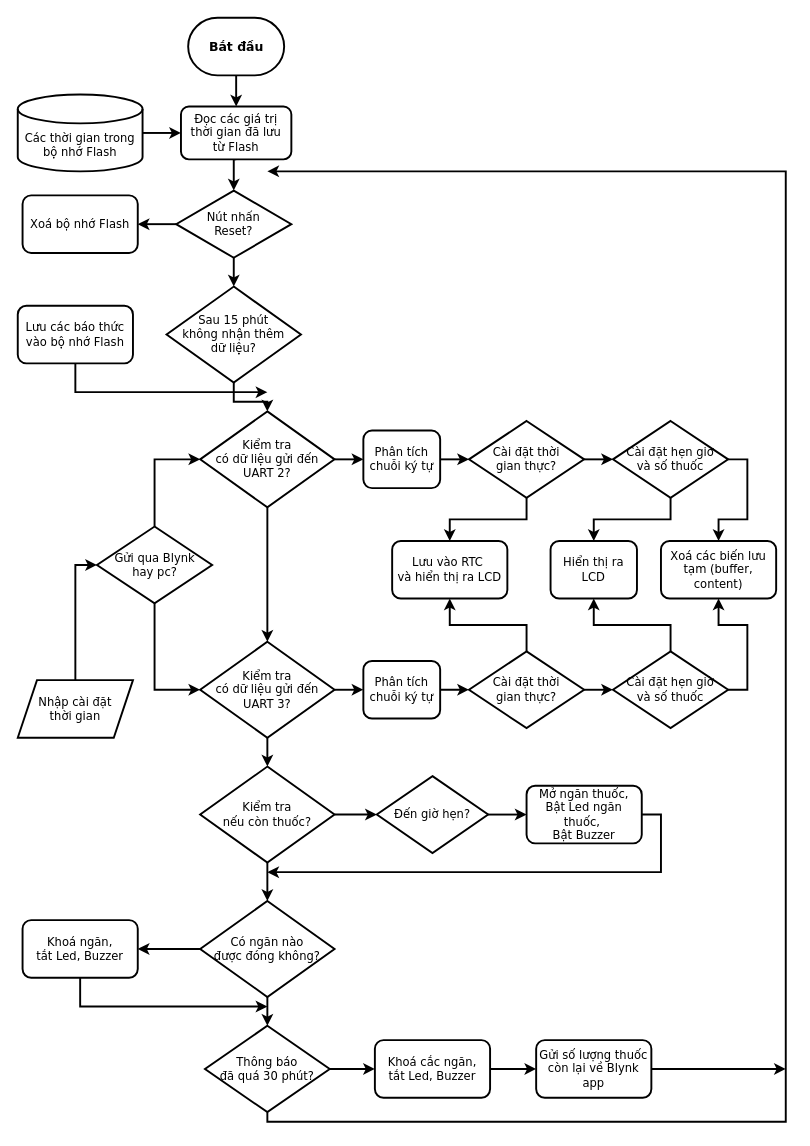
The draw.io diagram SoftWare_Diagram.drawio in ducphan2003/demo, before the edit. Source tidied: cells renumbered, new cells numbered last; positions are measured from the earlier drawing's top-left corner, leaving out a move shared by most shapes. Both pictures are drawn from the tidied source at 96%, with x=0, y=0 at pixel (17, 17).
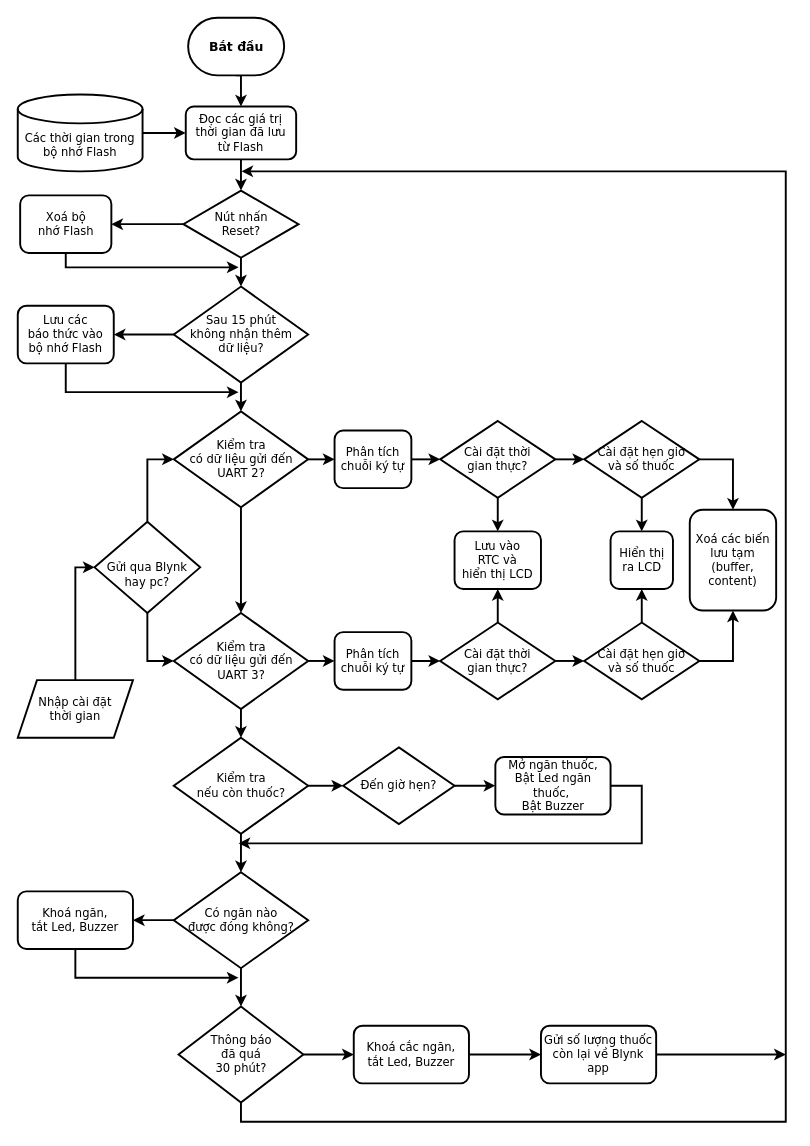
The same diagram, later.

Diff of the diagram source:
```diff
@@
     <mxCell id="5" value="&lt;p&gt;Đọc các giá trị &lt;br&gt;thời gian đã lưu &lt;br&gt;từ Flash&lt;/p&gt;" style="rounded=1;whiteSpace=wrap;html=1;strokeWidth=2;fontFamily=Verdana;fontStyle=0;" parent="1" vertex="1">
-      <mxGeometry x="170" y="92.5" width="115" height="55" as="geometry" />
+      <mxGeometry x="175" y="92.5" width="115" height="55" as="geometry" />
     </mxCell>
@@
+    <mxCell id="65" style="edgeStyle=orthogonalEdgeStyle;rounded=0;jumpSize=6;jettySize=auto;html=1;exitX=0.5;exitY=1;exitDx=0;exitDy=0;fontFamily=Verdana;strokeWidth=2;" parent="1" edge="1" source="8">
+      <mxGeometry relative="1" as="geometry">
+        <mxPoint x="230" y="260" as="targetPoint" />
+        <Array as="points">
+          <mxPoint x="50" y="260" />
+        </Array>
+      </mxGeometry>
+    </mxCell>
-    <mxCell id="8" value="Xoá bộ nhớ Flash" style="rounded=1;whiteSpace=wrap;html=1;strokeWidth=2;fontFamily=Verdana;fontStyle=0;" parent="1" vertex="1">
-      <mxGeometry x="5" y="185" width="120" height="60" as="geometry" />
+    <mxCell id="8" value="Xoá bộ &lt;br&gt;nhớ Flash" style="rounded=1;whiteSpace=wrap;html=1;strokeWidth=2;fontFamily=Verdana;fontStyle=0;" parent="1" vertex="1">
+      <mxGeometry x="2.5" y="185" width="95" height="60" as="geometry" />
     </mxCell>
@@
     <mxCell id="11" value="Nút nhấn &lt;br&gt;Reset?" style="rhombus;whiteSpace=wrap;html=1;strokeWidth=2;fontFamily=Verdana;fontStyle=0;" parent="1" vertex="1">
-      <mxGeometry x="165" y="180" width="120" height="70" as="geometry" />
+      <mxGeometry x="172.5" y="180" width="120" height="70" as="geometry" />
     </mxCell>
@@
+    <mxCell id="66" style="edgeStyle=orthogonalEdgeStyle;rounded=0;jumpSize=6;jettySize=auto;html=1;exitX=0;exitY=0.5;exitDx=0;exitDy=0;entryX=1;entryY=0.5;entryDx=0;entryDy=0;fontFamily=Verdana;strokeWidth=2;" parent="1" edge="1" source="13" target="15">
+      <mxGeometry relative="1" as="geometry" />
+    </mxCell>
     <mxCell id="13" value="Sau 15 phút &lt;br&gt;không nhận thêm &lt;br&gt;dữ liệu?" style="rhombus;whiteSpace=wrap;html=1;strokeWidth=2;fontFamily=Verdana;fontStyle=0;" parent="1" vertex="1">
-      <mxGeometry x="155" y="280" width="140" height="100" as="geometry" />
+      <mxGeometry x="162.5" y="280" width="140" height="100" as="geometry" />
     </mxCell>
-    <mxCell id="14" style="edgeStyle=orthogonalEdgeStyle;rounded=0;jumpSize=6;jettySize=auto;html=1;exitX=0.5;exitY=1;exitDx=0;exitDy=0;fontFamily=Verdana;strokeWidth=2;" parent="1" edge="1" source="15">
-      <mxGeometry relative="1" as="geometry">
-        <mxPoint x="260" y="390" as="targetPoint" />
-        <Array as="points">
-          <mxPoint x="65" y="390" />
-          <mxPoint x="200" y="390" />
-        </Array>
-      </mxGeometry>
-    </mxCell>
+    <mxCell id="67" style="edgeStyle=orthogonalEdgeStyle;rounded=0;jumpSize=6;jettySize=auto;html=1;exitX=0.5;exitY=1;exitDx=0;exitDy=0;fontFamily=Verdana;strokeWidth=2;" parent="1" edge="1" source="15">
+      <mxGeometry relative="1" as="geometry">
+        <mxPoint x="230" y="390" as="targetPoint" />
+        <Array as="points">
+          <mxPoint x="50" y="390" />
+        </Array>
+      </mxGeometry>
+    </mxCell>
-    <mxCell id="15" value="Lưu các báo thức vào bộ nhớ Flash" style="rounded=1;whiteSpace=wrap;html=1;strokeWidth=2;fontFamily=Verdana;fontStyle=0;" parent="1" vertex="1">
-      <mxGeometry y="300" width="120" height="60" as="geometry" />
+    <mxCell id="15" value="Lưu các &lt;br&gt;báo thức vào&lt;br&gt;bộ nhớ Flash" style="rounded=1;whiteSpace=wrap;html=1;strokeWidth=2;fontFamily=Verdana;fontStyle=0;" parent="1" vertex="1">
+      <mxGeometry y="300" width="100" height="60" as="geometry" />
     </mxCell>
@@
     <mxCell id="18" value="Kiểm tra &lt;br&gt;có dữ liệu gửi đến &lt;br&gt;UART 2?" style="rhombus;whiteSpace=wrap;html=1;strokeWidth=2;fontFamily=Verdana;fontStyle=0;" parent="1" vertex="1">
-      <mxGeometry x="190" y="410" width="140" height="100" as="geometry" />
+      <mxGeometry x="162.5" y="410" width="140" height="100" as="geometry" />
     </mxCell>
@@
     <mxCell id="21" value="Kiểm tra &lt;br&gt;có dữ liệu gửi đến &lt;br&gt;UART 3?" style="rhombus;whiteSpace=wrap;html=1;strokeWidth=2;fontFamily=Verdana;fontStyle=0;" parent="1" vertex="1">
-      <mxGeometry x="190" y="650" width="140" height="100" as="geometry" />
+      <mxGeometry x="162.5" y="620" width="140" height="100" as="geometry" />
     </mxCell>
@@
     <mxCell id="24" value="Kiểm tra &lt;br&gt;nếu còn thuốc?" style="rhombus;whiteSpace=wrap;html=1;strokeWidth=2;fontFamily=Verdana;fontStyle=0;" parent="1" vertex="1">
-      <mxGeometry x="190" y="780" width="140" height="100" as="geometry" />
+      <mxGeometry x="162.5" y="750" width="140" height="100" as="geometry" />
     </mxCell>
@@
     <mxCell id="27" value="Có ngăn nào &lt;br&gt;được đóng không?" style="rhombus;whiteSpace=wrap;html=1;strokeWidth=2;fontFamily=Verdana;fontStyle=0;" parent="1" vertex="1">
-      <mxGeometry x="190" y="920" width="140" height="100" as="geometry" />
+      <mxGeometry x="162.5" y="890" width="140" height="100" as="geometry" />
     </mxCell>
@@
-    <mxCell id="30" value="Gửi qua Blynk &lt;br&gt;hay pc?" style="rhombus;whiteSpace=wrap;html=1;strokeWidth=2;fontFamily=Verdana;fontStyle=0;" parent="1" vertex="1">
-      <mxGeometry x="82.5" y="530" width="120" height="80" as="geometry" />
+    <mxCell id="30" value="&lt;br&gt;Gửi qua Blynk &lt;br&gt;hay pc?" style="rhombus;whiteSpace=wrap;html=1;strokeWidth=2;fontFamily=Verdana;fontStyle=0;" parent="1" vertex="1">
+      <mxGeometry x="80" y="525" width="110" height="95" as="geometry" />
     </mxCell>
@@
     <mxCell id="35" value="Cài đặt thời &lt;br&gt;gian thực?" style="rhombus;whiteSpace=wrap;html=1;strokeWidth=2;fontFamily=Verdana;fontStyle=0;" parent="1" vertex="1">
-      <mxGeometry x="470" y="420" width="120" height="80" as="geometry" />
+      <mxGeometry x="440" y="420" width="120" height="80" as="geometry" />
     </mxCell>
@@
     <mxCell id="38" value="Cài đặt hẹn giờ&lt;br&gt;và số thuốc" style="rhombus;whiteSpace=wrap;html=1;strokeWidth=2;fontFamily=Verdana;fontStyle=0;" parent="1" vertex="1">
-      <mxGeometry x="620" y="420" width="120" height="80" as="geometry" />
+      <mxGeometry x="590" y="420" width="120" height="80" as="geometry" />
     </mxCell>
-    <mxCell id="39" style="edgeStyle=orthogonalEdgeStyle;rounded=0;jumpSize=6;jettySize=auto;html=1;exitX=0.5;exitY=1;exitDx=0;exitDy=0;fontFamily=Verdana;strokeWidth=2;" parent="1" edge="1" source="40">
-      <mxGeometry relative="1" as="geometry">
-        <mxPoint x="260" y="1030" as="targetPoint" />
-        <Array as="points">
-          <mxPoint x="65" y="1030" />
-        </Array>
-      </mxGeometry>
-    </mxCell>
+    <mxCell id="68" style="edgeStyle=orthogonalEdgeStyle;rounded=0;jumpSize=6;jettySize=auto;html=1;exitX=0.5;exitY=1;exitDx=0;exitDy=0;fontFamily=Verdana;strokeWidth=2;" parent="1" edge="1" source="40">
+      <mxGeometry relative="1" as="geometry">
+        <mxPoint x="230" y="1000" as="targetPoint" />
+        <Array as="points">
+          <mxPoint x="60" y="1000" />
+        </Array>
+      </mxGeometry>
+    </mxCell>
     <mxCell id="40" value="Khoá ngăn, &lt;br&gt;tắt Led, Buzzer" style="rounded=1;whiteSpace=wrap;html=1;strokeWidth=2;fontFamily=Verdana;fontStyle=0;" parent="1" vertex="1">
-      <mxGeometry x="5" y="940" width="120" height="60" as="geometry" />
+      <mxGeometry y="910" width="120" height="60" as="geometry" />
     </mxCell>
@@
     <mxCell id="42" style="edgeStyle=orthogonalEdgeStyle;rounded=0;jumpSize=6;jettySize=auto;html=1;exitX=0.5;exitY=1;exitDx=0;exitDy=0;fontFamily=Verdana;strokeWidth=2;" parent="1" edge="1" source="43">
       <mxGeometry relative="1" as="geometry">
-        <mxPoint x="260" y="160" as="targetPoint" />
+        <mxPoint x="233" y="160" as="targetPoint" />
         <Array as="points">
-          <mxPoint x="260" y="1150" />
+          <mxPoint x="233" y="1150" />
           <mxPoint x="800" y="1150" />
           <mxPoint x="800" y="160" />
-          <mxPoint x="350" y="160" />
         </Array>
       </mxGeometry>
     </mxCell>
-    <mxCell id="43" value="Thông báo &lt;br&gt;đã quá 30 phút?" style="rhombus;whiteSpace=wrap;html=1;strokeWidth=2;fontFamily=Verdana;fontStyle=0;" parent="1" vertex="1">
-      <mxGeometry x="195" y="1050" width="130" height="90" as="geometry" />
+    <mxCell id="43" value="Thông báo&lt;br&gt;đã quá &lt;br&gt;30 phút?" style="rhombus;whiteSpace=wrap;html=1;strokeWidth=2;fontFamily=Verdana;fontStyle=0;" parent="1" vertex="1">
+      <mxGeometry x="167.5" y="1030" width="130" height="100" as="geometry" />
     </mxCell>
@@
     <mxCell id="45" value="Khoá cắc ngăn, &lt;br&gt;tắt Led, Buzzer" style="rounded=1;whiteSpace=wrap;html=1;strokeWidth=2;fontFamily=Verdana;fontStyle=0;" parent="1" vertex="1">
-      <mxGeometry x="372" y="1065" width="120" height="60" as="geometry" />
+      <mxGeometry x="350" y="1050" width="120" height="60" as="geometry" />
     </mxCell>
-    <mxCell id="46" style="edgeStyle=orthogonalEdgeStyle;rounded=0;jumpSize=6;jettySize=auto;html=1;exitX=1;exitY=0.5;exitDx=0;exitDy=0;fontFamily=Verdana;strokeWidth=2;" parent="1" edge="1" source="47">
-      <mxGeometry relative="1" as="geometry">
-        <mxPoint x="800" y="1095" as="targetPoint" />
-      </mxGeometry>
-    </mxCell>
+    <mxCell id="69" style="edgeStyle=orthogonalEdgeStyle;rounded=0;jumpSize=6;jettySize=auto;html=1;exitX=1;exitY=0.5;exitDx=0;exitDy=0;fontFamily=Verdana;strokeWidth=2;" parent="1" edge="1" source="47">
+      <mxGeometry relative="1" as="geometry">
+        <mxPoint x="800" y="1080" as="targetPoint" />
+      </mxGeometry>
+    </mxCell>
     <mxCell id="47" value="Gửi số lượng thuốc còn lại về Blynk app" style="rounded=1;whiteSpace=wrap;html=1;strokeWidth=2;fontFamily=Verdana;fontStyle=0;" parent="1" vertex="1">
-      <mxGeometry x="540" y="1065" width="120" height="60" as="geometry" />
+      <mxGeometry x="545" y="1050" width="120" height="60" as="geometry" />
     </mxCell>
-    <mxCell id="48" style="edgeStyle=orthogonalEdgeStyle;rounded=0;jumpSize=6;jettySize=auto;html=1;exitX=1;exitY=0.5;exitDx=0;exitDy=0;strokeWidth=2;fontFamily=Verdana;fontStyle=0;" parent="1" edge="1" source="49">
-      <mxGeometry relative="1" as="geometry">
-        <mxPoint x="260" y="890" as="targetPoint" />
-        <Array as="points">
-          <mxPoint x="670" y="830" />
-          <mxPoint x="670" y="890" />
-        </Array>
-      </mxGeometry>
-    </mxCell>
+    <mxCell id="70" style="edgeStyle=orthogonalEdgeStyle;rounded=0;jumpSize=6;jettySize=auto;html=1;exitX=1;exitY=0.5;exitDx=0;exitDy=0;fontFamily=Verdana;strokeWidth=2;" parent="1" edge="1" source="49">
+      <mxGeometry relative="1" as="geometry">
+        <mxPoint x="230" y="860" as="targetPoint" />
+        <Array as="points">
+          <mxPoint x="650" y="800" />
+          <mxPoint x="650" y="860" />
+        </Array>
+      </mxGeometry>
+    </mxCell>
     <mxCell id="49" value="Mở ngăn thuốc, &lt;br&gt;Bật Led ngăn thuốc,&amp;nbsp;&lt;br&gt;Bật Buzzer" style="rounded=1;whiteSpace=wrap;html=1;strokeWidth=2;fontFamily=Verdana;fontStyle=0;" parent="1" vertex="1">
-      <mxGeometry x="530" y="800" width="120" height="60" as="geometry" />
+      <mxGeometry x="497.5" y="770" width="120" height="60" as="geometry" />
     </mxCell>
@@
     <mxCell id="51" value="Đến giờ hẹn?" style="rhombus;whiteSpace=wrap;html=1;strokeWidth=2;fontFamily=Verdana;fontStyle=0;" parent="1" vertex="1">
-      <mxGeometry x="374" y="790" width="116" height="80" as="geometry" />
+      <mxGeometry x="339" y="760" width="116" height="80" as="geometry" />
     </mxCell>
@@
     <mxCell id="53" value="Phân tích &lt;br&gt;chuỗi ký tự" style="rounded=1;whiteSpace=wrap;html=1;strokeWidth=2;fontFamily=Verdana;fontStyle=0;" parent="1" vertex="1">
-      <mxGeometry x="360" y="670" width="80" height="60" as="geometry" />
+      <mxGeometry x="330" y="640" width="80" height="60" as="geometry" />
     </mxCell>
@@
     <mxCell id="55" value="Phân tích &lt;br&gt;chuỗi ký tự" style="rounded=1;whiteSpace=wrap;html=1;strokeWidth=2;fontFamily=Verdana;fontStyle=0;" parent="1" vertex="1">
-      <mxGeometry x="360" y="430" width="80" height="60" as="geometry" />
+      <mxGeometry x="330" y="430" width="80" height="60" as="geometry" />
     </mxCell>
@@
     <mxCell id="58" value="Cài đặt thời &lt;br&gt;gian thực?" style="rhombus;whiteSpace=wrap;html=1;strokeWidth=2;fontFamily=Verdana;fontStyle=0;" parent="1" vertex="1">
-      <mxGeometry x="470" y="660" width="120" height="80" as="geometry" />
+      <mxGeometry x="440" y="630" width="120" height="80" as="geometry" />
     </mxCell>
@@
     <mxCell id="61" value="Cài đặt hẹn giờ&lt;br&gt;và số thuốc" style="rhombus;whiteSpace=wrap;html=1;strokeWidth=2;fontFamily=Verdana;fontStyle=0;" parent="1" vertex="1">
-      <mxGeometry x="620" y="660" width="120" height="80" as="geometry" />
+      <mxGeometry x="590" y="630" width="120" height="80" as="geometry" />
     </mxCell>
-    <mxCell id="62" value="Lưu vào RTC&amp;nbsp;&lt;br&gt;và hiển thị ra LCD" style="rounded=1;whiteSpace=wrap;html=1;strokeWidth=2;fontFamily=Verdana;fontStyle=0;" parent="1" vertex="1">
-      <mxGeometry x="390" y="545" width="120" height="60" as="geometry" />
+    <mxCell id="62" value="Lưu vào &lt;br&gt;RTC và &lt;br&gt;hiển thị LCD" style="rounded=1;whiteSpace=wrap;html=1;strokeWidth=2;fontFamily=Verdana;fontStyle=0;" parent="1" vertex="1">
+      <mxGeometry x="455" y="535" width="90" height="60" as="geometry" />
     </mxCell>
     <mxCell id="63" value="Xoá các biến lưu tạm (buffer, content)" style="rounded=1;whiteSpace=wrap;html=1;strokeWidth=2;fontFamily=Verdana;fontStyle=0;" parent="1" vertex="1">
-      <mxGeometry x="670" y="545" width="120" height="60" as="geometry" />
+      <mxGeometry x="700" y="512.5" width="90" height="105" as="geometry" />
     </mxCell>
-    <mxCell id="64" value="Hiển thị ra LCD" style="rounded=1;whiteSpace=wrap;html=1;fontFamily=Verdana;strokeWidth=2;" parent="1" vertex="1">
-      <mxGeometry x="555" y="545" width="90" height="60" as="geometry" />
+    <mxCell id="64" value="Hiển thị &lt;br&gt;ra LCD" style="rounded=1;whiteSpace=wrap;html=1;fontFamily=Verdana;strokeWidth=2;" parent="1" vertex="1">
+      <mxGeometry x="617.5" y="535" width="65" height="60" as="geometry" />
     </mxCell>
```
